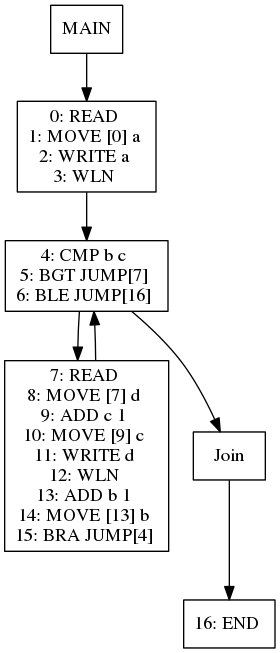
jiahanwang/PL241-Compiler keeps this Graphviz diagram as viz/test031.dot.png. Above is the earlier version. Its source is kept beside it as viz/test031.dot.
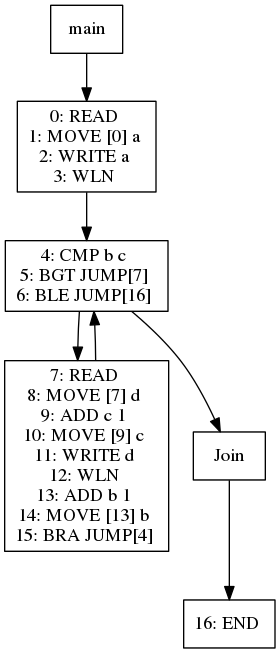
After the commit.

Change to the diagram source:
```diff
@@ -1,19 +1,19 @@
 digraph test031 {
 node [shape=box]
-1[label="MAIN"]
-1 -> 3
-3[label="0: READ
+547[label="main"]
+547 -> 549
+549[label="0: READ
 1: MOVE [0] a
 2: WRITE a
 3: WLN
 "]
-3 -> 6
-6[label="4: CMP b c
+549 -> 552
+552[label="4: CMP b c
 5: BGT JUMP[7]
 6: BLE JUMP[16]
 "]
-6 -> 8
-8[label="7: READ
+552 -> 554
+554[label="7: READ
 8: MOVE [7] d
 9: ADD c 1
 10: MOVE [9] c
@@ -23,10 +23,10 @@
 14: MOVE [13] b
 15: BRA JUMP[4]
 "]
-8 -> 6
-6 -> 7
-7[label="Join"]
-7 -> 13
-13[label="16: END
+554 -> 552
+552 -> 553
+553[label="Join"]
+553 -> 559
+559[label="16: END
 "]
 }
```
